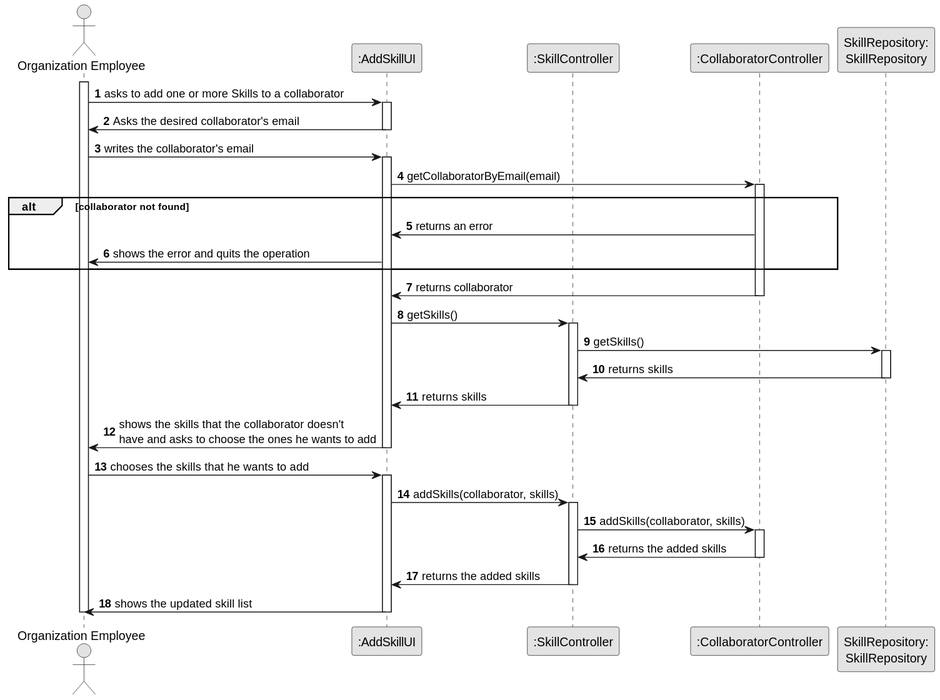
Earlier version of the PlantUML export docs/sprintB/us004/03.design/svg/us004-sequence-diagram-full.svg (RicardoMorim/lapr2-ISEP-Project).
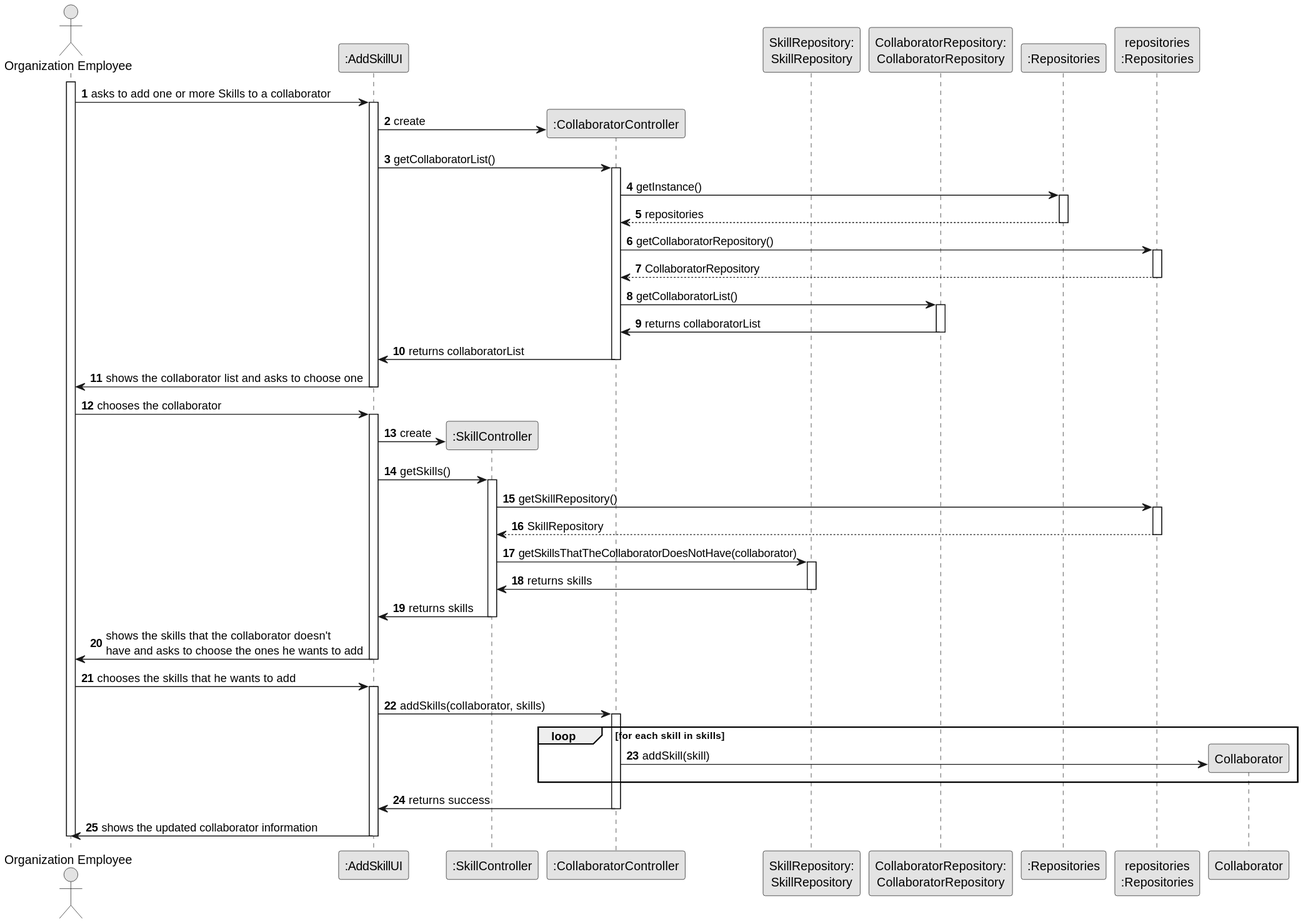
The same file after the commit.

The edit, as a diff of the source:
```diff
@@ -10,29 +10,52 @@
 participant ":SkillController" as SkillCTRL
 participant ":CollaboratorController" as CollaboratorCTRL
 participant "SkillRepository:\nSkillRepository" as SkillRepository
+participant "CollaboratorRepository:\nCollaboratorRepository" as CollaboratorRepository
 
+
+participant ":Repositories" as RepositorySingleton
+participant "repositories\n:Repositories" as PLAT
 
 activate ADM
     ADM -> UI : asks to add one or more Skills to a collaborator
     activate UI
-        UI -> ADM: Asks the desired collaborator's email
+    UI -> CollaboratorCTRL** : create
+       UI -> CollaboratorCTRL: getCollaboratorList()
+       activate CollaboratorCTRL
+                       CollaboratorCTRL -> RepositorySingleton : getInstance()
+                       activate RepositorySingleton
+
+                           RepositorySingleton --> CollaboratorCTRL: repositories
+                       deactivate RepositorySingleton
+
+                       CollaboratorCTRL -> PLAT : getCollaboratorRepository()
+                       activate PLAT
+
+                           PLAT --> CollaboratorCTRL: CollaboratorRepository
+                       deactivate PLAT
+
+
+
+                       CollaboratorCTRL -> CollaboratorRepository : getCollaboratorList()
+                       activate CollaboratorRepository
+
+                    CollaboratorRepository -> CollaboratorCTRL: returns collaboratorList
+                deactivate CollaboratorRepository
+           CollaboratorCTRL -> UI: returns collaboratorList
+       deactivate CollaboratorCTRL
+       UI -> ADM: shows the collaborator list and asks to choose one
     deactivate UI
-    ADM -> UI : writes the collaborator's email
+    ADM -> UI : chooses the collaborator
 
     activate UI
-
-        UI -> CollaboratorCTRL: getCollaboratorByEmail(email)
-        activate CollaboratorCTRL
-            alt collaborator not found
-                CollaboratorCTRL -> UI: returns an error
-                UI -> ADM: shows the error and quits the operation
-            end
-
-                CollaboratorCTRL -> UI: returns collaborator
-        deactivate CollaboratorCTRL
-        UI -> SkillCTRL: getSkills()
+        UI -> SkillCTRL** : create
+        UI -> SkillCTRL : getSkills()
         activate SkillCTRL
-            SkillCTRL -> SkillRepository: getSkills()
+            SkillCTRL -> PLAT : getSkillRepository()
+            activate PLAT
+            PLAT --> SkillCTRL: SkillRepository
+            deactivate PLAT
+            SkillCTRL -> SkillRepository: getSkillsThatTheCollaboratorDoesNotHave(collaborator)
             activate SkillRepository
                 SkillRepository -> SkillCTRL: returns skills
             deactivate SkillRepository
@@ -45,15 +68,14 @@
     ADM -> UI: chooses the skills that he wants to add
 
     activate UI
-        UI -> SkillCTRL: addSkills(collaborator, skills)
-        activate SkillCTRL
-            SkillCTRL -> CollaboratorCTRL: addSkills(collaborator, skills)
-            activate CollaboratorCTRL
-                CollaboratorCTRL -> SkillCTRL: returns the added skills
-            deactivate CollaboratorCTRL
-            SkillCTRL -> UI: returns the added skills
-            deactivate SkillCTRL
-        UI -> ADM: shows the updated skill list
+        UI -> CollaboratorCTRL: addSkills(collaborator, skills)
+        activate CollaboratorCTRL
+        loop for each skill in skills
+            CollaboratorCTRL -> Collaborator** : addSkill(skill)
+        end
+        CollaboratorCTRL -> UI: returns success
+    deactivate CollaboratorCTRL
+    UI -> ADM: shows the updated collaborator information
     deactivate UI
 deactivate ADM
 @enduml
```
